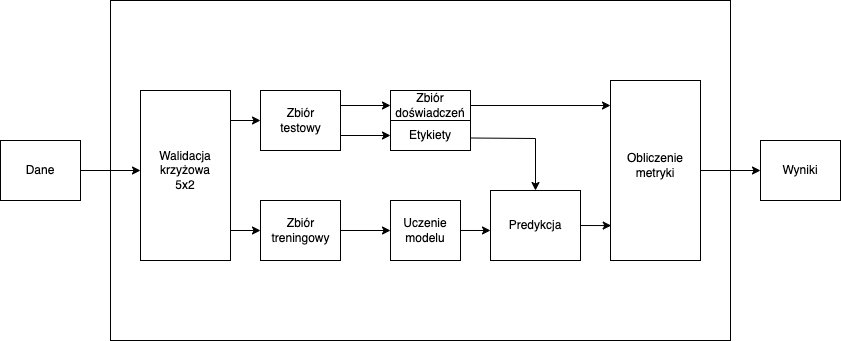
Before: images/Indukcja.png, a diagram exported from draw.io (pawel150199/praca-dyplomowa). Source tidied: cells renumbered, new cells last; positions are measured from the earlier drawing's top-left corner, leaving out a move shared by most shapes.
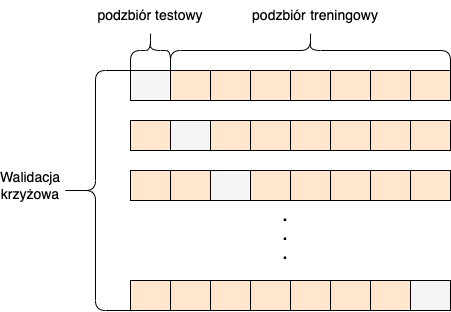
Above is the later version.

Change to the diagram source:
```diff
@@ -2,113 +2,134 @@
   <root>
     <mxCell id="0" />
     <mxCell id="1" parent="0" />
-    <mxCell id="2" style="rounded=0;whiteSpace=wrap;html=1;" parent="1" vertex="1">
-      <mxGeometry y="140" width="80" height="60" as="geometry" />
-    </mxCell>
-    <mxCell id="3" style="rounded=0;whiteSpace=wrap;html=1;" parent="1" vertex="1">
-      <mxGeometry x="110" width="620" height="340" as="geometry" />
-    </mxCell>
-    <mxCell id="4" value="Dane" style="text;html=1;strokeColor=none;fillColor=none;align=center;verticalAlign=middle;whiteSpace=wrap;rounded=0;" parent="1" vertex="1">
-      <mxGeometry x="10" y="155" width="60" height="30" as="geometry" />
-    </mxCell>
-    <mxCell id="5" style="rounded=0;whiteSpace=wrap;html=1;" parent="1" vertex="1">
-      <mxGeometry x="140" y="90" width="90" height="170" as="geometry" />
-    </mxCell>
-    <mxCell id="6" value="Walidacja krzyżowa&lt;br&gt;5x2" style="text;html=1;strokeColor=none;fillColor=none;align=center;verticalAlign=middle;whiteSpace=wrap;rounded=0;" parent="1" vertex="1">
-      <mxGeometry x="145" y="140" width="80" height="60" as="geometry" />
-    </mxCell>
-    <mxCell id="7" style="rounded=0;whiteSpace=wrap;html=1;" parent="1" vertex="1">
-      <mxGeometry x="260" y="90" width="80" height="60" as="geometry" />
-    </mxCell>
-    <mxCell id="8" value="Zbiór testowy" style="text;html=1;strokeColor=none;fillColor=none;align=center;verticalAlign=middle;whiteSpace=wrap;rounded=0;" parent="1" vertex="1">
-      <mxGeometry x="270.5" y="102.5" width="59" height="35" as="geometry" />
-    </mxCell>
-    <mxCell id="9" style="rounded=0;whiteSpace=wrap;html=1;" parent="1" vertex="1">
-      <mxGeometry x="260" y="200" width="80" height="60" as="geometry" />
-    </mxCell>
-    <mxCell id="10" value="Zbiór treningowy" style="text;html=1;strokeColor=none;fillColor=none;align=center;verticalAlign=middle;whiteSpace=wrap;rounded=0;" parent="1" vertex="1">
-      <mxGeometry x="270.5" y="212.5" width="59" height="35" as="geometry" />
-    </mxCell>
-    <mxCell id="11" style="endArrow=classic;html=1;rounded=0;entryX=0;entryY=0.5;entryDx=0;entryDy=0;" parent="1" edge="1" target="7">
-      <mxGeometry relative="1" as="geometry">
-        <mxPoint x="230" y="120" as="sourcePoint" />
-      </mxGeometry>
-    </mxCell>
-    <mxCell id="12" style="endArrow=classic;html=1;rounded=0;entryX=0;entryY=0.5;entryDx=0;entryDy=0;" parent="1" edge="1" target="9">
-      <mxGeometry relative="1" as="geometry">
-        <mxPoint x="230" y="230" as="sourcePoint" />
-      </mxGeometry>
-    </mxCell>
-    <mxCell id="13" style="rounded=0;whiteSpace=wrap;html=1;" parent="1" vertex="1">
-      <mxGeometry x="390" y="200" width="70" height="60" as="geometry" />
-    </mxCell>
-    <mxCell id="14" value="Uczenie modelu" style="text;html=1;strokeColor=none;fillColor=none;align=center;verticalAlign=middle;whiteSpace=wrap;rounded=0;" parent="1" vertex="1">
-      <mxGeometry x="395" y="215" width="60" height="30" as="geometry" />
-    </mxCell>
-    <mxCell id="15" style="endArrow=classic;html=1;rounded=0;entryX=0;entryY=0.5;entryDx=0;entryDy=0;exitX=1;exitY=0.5;exitDx=0;exitDy=0;" parent="1" edge="1" source="9" target="13">
-      <mxGeometry relative="1" as="geometry" />
-    </mxCell>
-    <mxCell id="16" style="endArrow=classic;html=1;rounded=0;entryX=0;entryY=0.571;entryDx=0;entryDy=0;exitX=1;exitY=0.5;exitDx=0;exitDy=0;entryPerimeter=0;" parent="1" edge="1" source="13" target="17">
-      <mxGeometry relative="1" as="geometry" />
-    </mxCell>
-    <mxCell id="17" style="rounded=0;whiteSpace=wrap;html=1;" parent="1" vertex="1">
-      <mxGeometry x="490" y="190" width="90" height="70" as="geometry" />
-    </mxCell>
-    <mxCell id="18" style="rounded=0;whiteSpace=wrap;html=1;" parent="1" vertex="1">
-      <mxGeometry x="390" y="90" width="80" height="30" as="geometry" />
-    </mxCell>
-    <mxCell id="19" style="rounded=0;whiteSpace=wrap;html=1;" parent="1" vertex="1">
-      <mxGeometry x="390" y="120" width="80" height="30" as="geometry" />
-    </mxCell>
-    <mxCell id="20" value="Zbiór doświadczeń" style="text;html=1;strokeColor=none;fillColor=none;align=center;verticalAlign=middle;whiteSpace=wrap;rounded=0;" parent="1" vertex="1">
-      <mxGeometry x="400" y="90" width="60" height="30" as="geometry" />
-    </mxCell>
-    <mxCell id="21" style="endArrow=classic;html=1;rounded=0;exitX=1;exitY=0.25;exitDx=0;exitDy=0;entryX=0;entryY=0.5;entryDx=0;entryDy=0;" parent="1" edge="1" source="7" target="18">
-      <mxGeometry relative="1" as="geometry" />
-    </mxCell>
-    <mxCell id="22" style="endArrow=classic;html=1;rounded=0;exitX=1;exitY=0.75;exitDx=0;exitDy=0;entryX=0;entryY=0.5;entryDx=0;entryDy=0;" parent="1" edge="1" source="7" target="19">
-      <mxGeometry relative="1" as="geometry" />
-    </mxCell>
-    <mxCell id="23" value="Predykcja" style="text;html=1;strokeColor=none;fillColor=none;align=center;verticalAlign=middle;whiteSpace=wrap;rounded=0;" parent="1" vertex="1">
-      <mxGeometry x="505" y="210" width="60" height="30" as="geometry" />
-    </mxCell>
-    <mxCell id="24" value="Etykiety" style="text;html=1;strokeColor=none;fillColor=none;align=center;verticalAlign=middle;whiteSpace=wrap;rounded=0;" parent="1" vertex="1">
-      <mxGeometry x="400" y="120" width="60" height="30" as="geometry" />
-    </mxCell>
-    <mxCell id="25" style="rounded=0;whiteSpace=wrap;html=1;" parent="1" vertex="1">
-      <mxGeometry x="610" y="80" width="90" height="180" as="geometry" />
-    </mxCell>
-    <mxCell id="26" value="Obliczenie metryki" style="text;html=1;strokeColor=none;fillColor=none;align=center;verticalAlign=middle;whiteSpace=wrap;rounded=0;" parent="1" vertex="1">
-      <mxGeometry x="625" y="150" width="60" height="30" as="geometry" />
-    </mxCell>
-    <mxCell id="27" style="endArrow=classic;html=1;rounded=0;entryX=0;entryY=0.139;entryDx=0;entryDy=0;entryPerimeter=0;exitX=1;exitY=0.5;exitDx=0;exitDy=0;" parent="1" edge="1" source="18" target="25">
-      <mxGeometry relative="1" as="geometry" />
-    </mxCell>
-    <mxCell id="28" style="endArrow=classic;html=1;rounded=0;" parent="1" edge="1" source="25" target="30">
-      <mxGeometry relative="1" as="geometry" />
-    </mxCell>
-    <mxCell id="29" style="endArrow=classic;html=1;rounded=0;exitX=1;exitY=0.5;exitDx=0;exitDy=0;entryX=0.008;entryY=0.806;entryDx=0;entryDy=0;entryPerimeter=0;" parent="1" edge="1" source="17" target="25">
-      <mxGeometry relative="1" as="geometry" />
-    </mxCell>
-    <mxCell id="30" style="rounded=0;whiteSpace=wrap;html=1;" parent="1" vertex="1">
-      <mxGeometry x="760" y="140" width="80" height="60" as="geometry" />
-    </mxCell>
-    <mxCell id="31" value="Wyniki" style="text;html=1;strokeColor=none;fillColor=none;align=center;verticalAlign=middle;whiteSpace=wrap;rounded=0;" parent="1" vertex="1">
-      <mxGeometry x="770" y="155" width="60" height="30" as="geometry" />
-    </mxCell>
-    <mxCell id="32" style="endArrow=classic;html=1;rounded=0;entryX=0.5;entryY=0;entryDx=0;entryDy=0;" parent="1" edge="1" target="17">
-      <mxGeometry relative="1" as="geometry">
-        <mxPoint x="470" y="137.5" as="sourcePoint" />
-        <Array as="points">
-          <mxPoint x="535" y="138" />
-        </Array>
-      </mxGeometry>
-    </mxCell>
-    <mxCell id="33" style="endArrow=classic;html=1;rounded=0;" parent="1" edge="1">
-      <mxGeometry relative="1" as="geometry">
-        <mxPoint x="80" y="170" as="sourcePoint" />
-        <mxPoint x="140" y="170" as="targetPoint" />
-      </mxGeometry>
-    </mxCell>
+    <mxCell id="34" style="rounded=0;whiteSpace=wrap;html=1;" parent="1" vertex="1">
+      <mxGeometry x="110" y="-10" width="310" height="30" as="geometry" />
+    </mxCell>
+    <mxCell id="35" value=".&lt;br style=&quot;font-size: 16px;&quot;&gt;.&lt;br style=&quot;font-size: 16px;&quot;&gt;.&lt;br style=&quot;font-size: 16px;&quot;&gt;" style="text;html=1;strokeColor=none;fillColor=none;align=center;verticalAlign=middle;whiteSpace=wrap;rounded=0;fontStyle=1;fontSize=16;spacing=3;" parent="1" vertex="1">
+      <mxGeometry x="243" y="150" width="44" height="10" as="geometry" />
+    </mxCell>
+    <mxCell id="36" style="rounded=0;whiteSpace=wrap;html=1;fontSize=16;fillColor=#f5f5f5;fontColor=#333333;strokeColor=#000000;" parent="1" vertex="1">
+      <mxGeometry x="110" y="-10" width="40" height="30" as="geometry" />
+    </mxCell>
+    <mxCell id="37" style="rounded=0;whiteSpace=wrap;html=1;fontSize=16;fillColor=#ffe6cc;strokeColor=#000000;" parent="1" vertex="1">
+      <mxGeometry x="150" y="-10" width="40" height="30" as="geometry" />
+    </mxCell>
+    <mxCell id="38" style="rounded=0;whiteSpace=wrap;html=1;fontSize=16;fillColor=#ffe6cc;strokeColor=#000000;" parent="1" vertex="1">
+      <mxGeometry x="190" y="-10" width="40" height="30" as="geometry" />
+    </mxCell>
+    <mxCell id="39" style="rounded=0;whiteSpace=wrap;html=1;fontSize=16;fillColor=#ffe6cc;strokeColor=#000000;" parent="1" vertex="1">
+      <mxGeometry x="230" y="-10" width="40" height="30" as="geometry" />
+    </mxCell>
+    <mxCell id="40" style="rounded=0;whiteSpace=wrap;html=1;fontSize=16;fillColor=#ffe6cc;strokeColor=#000000;" parent="1" vertex="1">
+      <mxGeometry x="270" y="-10" width="40" height="30" as="geometry" />
+    </mxCell>
+    <mxCell id="41" style="rounded=0;whiteSpace=wrap;html=1;fontSize=16;fillColor=#ffe6cc;strokeColor=#000000;" parent="1" vertex="1">
+      <mxGeometry x="310" y="-10" width="40" height="30" as="geometry" />
+    </mxCell>
+    <mxCell id="42" style="rounded=0;whiteSpace=wrap;html=1;fontSize=16;fillColor=#ffe6cc;strokeColor=#000000;" parent="1" vertex="1">
+      <mxGeometry x="350" y="-10" width="40" height="30" as="geometry" />
+    </mxCell>
+    <mxCell id="43" style="rounded=0;whiteSpace=wrap;html=1;fontSize=16;fillColor=#ffe6cc;strokeColor=#000000;strokeWidth=1;" parent="1" vertex="1">
+      <mxGeometry x="390" y="-10" width="40" height="30" as="geometry" />
+    </mxCell>
+    <mxCell id="44" style="rounded=0;whiteSpace=wrap;html=1;" parent="1" vertex="1">
+      <mxGeometry x="110" y="40" width="310" height="30" as="geometry" />
+    </mxCell>
+    <mxCell id="45" style="rounded=0;whiteSpace=wrap;html=1;fontSize=16;fillColor=#ffe6cc;strokeColor=#000000;" parent="1" vertex="1">
+      <mxGeometry x="110" y="40" width="40" height="30" as="geometry" />
+    </mxCell>
+    <mxCell id="46" style="rounded=0;whiteSpace=wrap;html=1;fontSize=16;fillColor=#f5f5f5;fontColor=#333333;strokeColor=#000000;" parent="1" vertex="1">
+      <mxGeometry x="150" y="40" width="40" height="30" as="geometry" />
+    </mxCell>
+    <mxCell id="47" style="rounded=0;whiteSpace=wrap;html=1;fontSize=16;fillColor=#ffe6cc;strokeColor=#000000;" parent="1" vertex="1">
+      <mxGeometry x="190" y="40" width="40" height="30" as="geometry" />
+    </mxCell>
+    <mxCell id="48" style="rounded=0;whiteSpace=wrap;html=1;fontSize=16;fillColor=#ffe6cc;strokeColor=#000000;" parent="1" vertex="1">
+      <mxGeometry x="230" y="40" width="40" height="30" as="geometry" />
+    </mxCell>
+    <mxCell id="49" style="rounded=0;whiteSpace=wrap;html=1;fontSize=16;fillColor=#ffe6cc;strokeColor=#000000;" parent="1" vertex="1">
+      <mxGeometry x="270" y="40" width="40" height="30" as="geometry" />
+    </mxCell>
+    <mxCell id="50" style="rounded=0;whiteSpace=wrap;html=1;fontSize=16;fillColor=#ffe6cc;strokeColor=#000000;" parent="1" vertex="1">
+      <mxGeometry x="310" y="40" width="40" height="30" as="geometry" />
+    </mxCell>
+    <mxCell id="51" style="rounded=0;whiteSpace=wrap;html=1;fontSize=16;fillColor=#ffe6cc;strokeColor=#000000;" parent="1" vertex="1">
+      <mxGeometry x="350" y="40" width="40" height="30" as="geometry" />
+    </mxCell>
+    <mxCell id="52" style="rounded=0;whiteSpace=wrap;html=1;fontSize=16;fillColor=#ffe6cc;strokeColor=#000000;" parent="1" vertex="1">
+      <mxGeometry x="390" y="40" width="40" height="30" as="geometry" />
+    </mxCell>
+    <mxCell id="53" style="rounded=0;whiteSpace=wrap;html=1;" parent="1" vertex="1">
+      <mxGeometry x="110" y="90" width="310" height="30" as="geometry" />
+    </mxCell>
+    <mxCell id="54" style="rounded=0;whiteSpace=wrap;html=1;fontSize=16;fillColor=#ffe6cc;strokeColor=#000000;" parent="1" vertex="1">
+      <mxGeometry x="110" y="90" width="40" height="30" as="geometry" />
+    </mxCell>
+    <mxCell id="55" style="rounded=0;whiteSpace=wrap;html=1;fontSize=16;fillColor=#ffe6cc;strokeColor=#000000;" parent="1" vertex="1">
+      <mxGeometry x="150" y="90" width="40" height="30" as="geometry" />
+    </mxCell>
+    <mxCell id="56" style="rounded=0;whiteSpace=wrap;html=1;fontSize=16;fillColor=#f5f5f5;fontColor=#333333;strokeColor=#000000;strokeWidth=1;" parent="1" vertex="1">
+      <mxGeometry x="190" y="90" width="40" height="30" as="geometry" />
+    </mxCell>
+    <mxCell id="57" style="rounded=0;whiteSpace=wrap;html=1;fontSize=16;fillColor=#ffe6cc;strokeColor=#000000;" parent="1" vertex="1">
+      <mxGeometry x="230" y="90" width="40" height="30" as="geometry" />
+    </mxCell>
+    <mxCell id="58" style="rounded=0;whiteSpace=wrap;html=1;fontSize=16;fillColor=#ffe6cc;strokeColor=#000000;" parent="1" vertex="1">
+      <mxGeometry x="270" y="90" width="40" height="30" as="geometry" />
+    </mxCell>
+    <mxCell id="59" style="rounded=0;whiteSpace=wrap;html=1;fontSize=16;fillColor=#ffe6cc;strokeColor=#000000;" parent="1" vertex="1">
+      <mxGeometry x="310" y="90" width="40" height="30" as="geometry" />
+    </mxCell>
+    <mxCell id="60" style="rounded=0;whiteSpace=wrap;html=1;fontSize=16;fillColor=#ffe6cc;strokeColor=#000000;" parent="1" vertex="1">
+      <mxGeometry x="350" y="90" width="40" height="30" as="geometry" />
+    </mxCell>
+    <mxCell id="61" style="rounded=0;whiteSpace=wrap;html=1;fontSize=16;fillColor=#ffe6cc;strokeColor=#000000;" parent="1" vertex="1">
+      <mxGeometry x="390" y="90" width="40" height="30" as="geometry" />
+    </mxCell>
+    <mxCell id="62" style="rounded=0;whiteSpace=wrap;html=1;" parent="1" vertex="1">
+      <mxGeometry x="110" y="200" width="310" height="30" as="geometry" />
+    </mxCell>
+    <mxCell id="63" style="rounded=0;whiteSpace=wrap;html=1;fontSize=16;fillColor=#ffe6cc;strokeColor=#000000;" parent="1" vertex="1">
+      <mxGeometry x="110" y="200" width="40" height="30" as="geometry" />
+    </mxCell>
+    <mxCell id="64" style="rounded=0;whiteSpace=wrap;html=1;fontSize=16;fillColor=#ffe6cc;strokeColor=#000000;" parent="1" vertex="1">
+      <mxGeometry x="150" y="200" width="40" height="30" as="geometry" />
+    </mxCell>
+    <mxCell id="65" style="rounded=0;whiteSpace=wrap;html=1;fontSize=16;fillColor=#ffe6cc;strokeColor=#000000;" parent="1" vertex="1">
+      <mxGeometry x="190" y="200" width="40" height="30" as="geometry" />
+    </mxCell>
+    <mxCell id="66" style="rounded=0;whiteSpace=wrap;html=1;fontSize=16;fillColor=#ffe6cc;strokeColor=#000000;" parent="1" vertex="1">
+      <mxGeometry x="230" y="200" width="40" height="30" as="geometry" />
+    </mxCell>
+    <mxCell id="67" style="rounded=0;whiteSpace=wrap;html=1;fontSize=16;fillColor=#ffe6cc;strokeColor=#000000;" parent="1" vertex="1">
+      <mxGeometry x="270" y="200" width="40" height="30" as="geometry" />
+    </mxCell>
+    <mxCell id="68" style="rounded=0;whiteSpace=wrap;html=1;fontSize=16;fillColor=#ffe6cc;strokeColor=#000000;" parent="1" vertex="1">
+      <mxGeometry x="310" y="200" width="40" height="30" as="geometry" />
+    </mxCell>
+    <mxCell id="69" style="rounded=0;whiteSpace=wrap;html=1;fontSize=16;fillColor=#ffe6cc;strokeColor=#000000;" parent="1" vertex="1">
+      <mxGeometry x="350" y="200" width="40" height="30" as="geometry" />
+    </mxCell>
+    <mxCell id="70" style="rounded=0;whiteSpace=wrap;html=1;fontSize=16;fillColor=#f5f5f5;fontColor=#333333;strokeColor=#000000;" parent="1" vertex="1">
+      <mxGeometry x="390" y="200" width="40" height="30" as="geometry" />
+    </mxCell>
+    <mxCell id="71" style="shape=curlyBracket;whiteSpace=wrap;html=1;rounded=1;flipH=1;labelPosition=right;verticalLabelPosition=middle;align=left;verticalAlign=middle;fontSize=16;rotation=-90;" parent="1" vertex="1">
+      <mxGeometry x="270" y="-170" width="40" height="280" as="geometry" />
+    </mxCell>
+    <mxCell id="72" value="&lt;font style=&quot;font-size: 14px;&quot;&gt;podzbiór&lt;/font&gt; &lt;font style=&quot;font-size: 14px;&quot;&gt;treningowy&lt;/font&gt;" style="text;html=1;strokeColor=none;fillColor=none;align=center;verticalAlign=middle;whiteSpace=wrap;rounded=0;fontSize=16;" parent="1" vertex="1">
+      <mxGeometry x="220" y="-80" width="150" height="30" as="geometry" />
+    </mxCell>
+    <mxCell id="73" style="shape=curlyBracket;whiteSpace=wrap;html=1;rounded=1;flipH=1;labelPosition=right;verticalLabelPosition=middle;align=left;verticalAlign=middle;fontSize=14;rotation=-90;" parent="1" vertex="1">
+      <mxGeometry x="110" y="-50" width="40" height="40" as="geometry" />
+    </mxCell>
+    <mxCell id="74" value="&lt;span style=&quot;font-size: 14px;&quot;&gt;podzbiór testowy&lt;/span&gt;" style="text;html=1;strokeColor=none;fillColor=none;align=center;verticalAlign=middle;whiteSpace=wrap;rounded=0;fontSize=16;" parent="1" vertex="1">
+      <mxGeometry x="55" y="-80" width="150" height="30" as="geometry" />
+    </mxCell>
+    <mxCell id="75" style="shape=curlyBracket;whiteSpace=wrap;html=1;rounded=1;labelPosition=left;verticalLabelPosition=middle;align=right;verticalAlign=middle;fontSize=14;" parent="1" vertex="1">
+      <mxGeometry x="40" y="-10" width="70" height="240" as="geometry" />
+    </mxCell>
+    <mxCell id="76" value="Walidacja krzyżowa" style="text;html=1;strokeColor=none;fillColor=none;align=center;verticalAlign=middle;whiteSpace=wrap;rounded=0;fontSize=14;" parent="1" vertex="1">
+      <mxGeometry x="-20" y="90" width="60" height="30" as="geometry" />
+    </mxCell>
   </root>
 </mxGraphModel>
```
